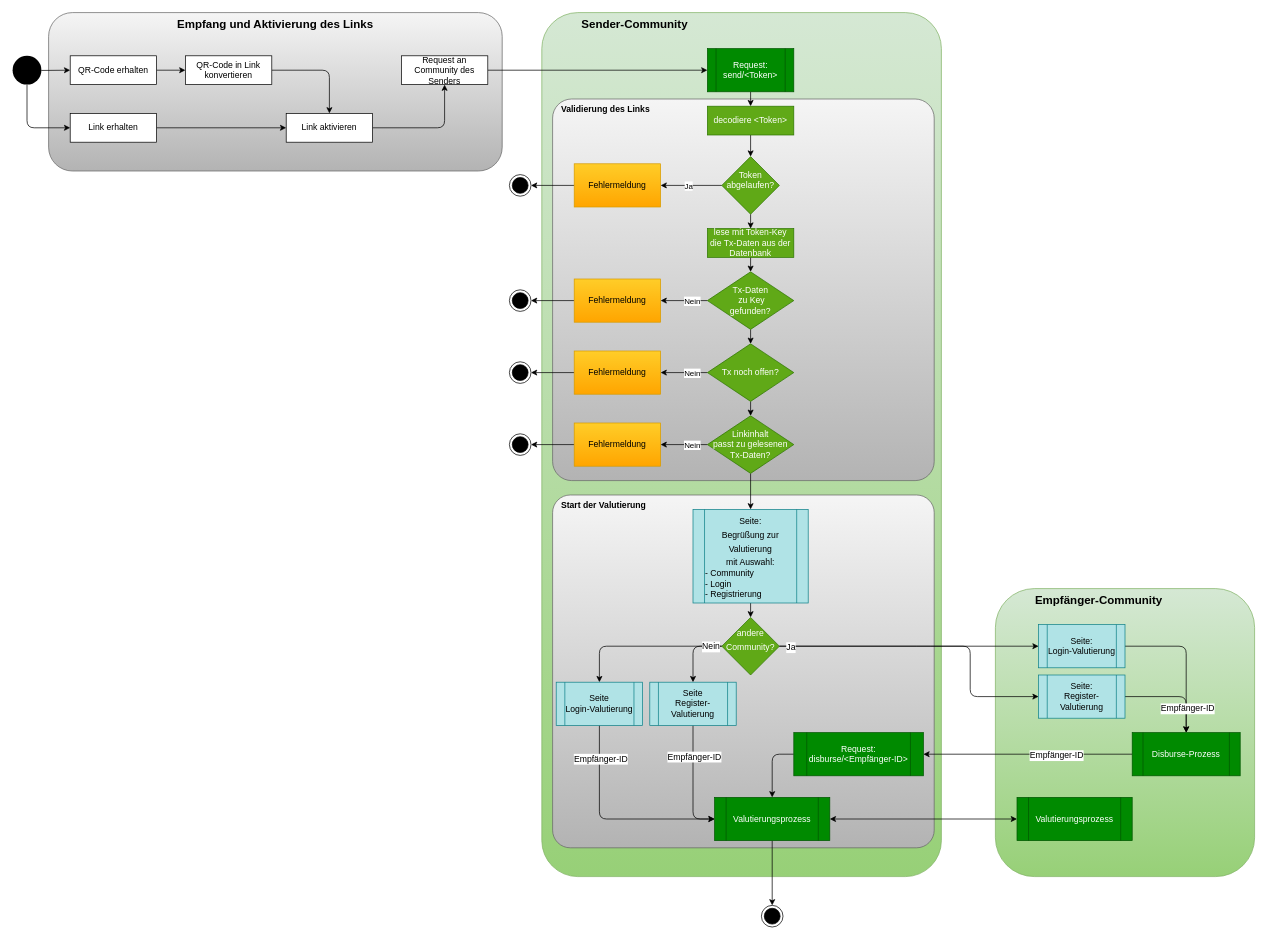
gradido/gradido keeps this draw.io diagram as docu/Concepts/BusinessRequirements/graphics/UC_Send_Users_Gradido_StartValutierung.drawio. Above is the earlier version. Source tidied: cells renumbered, new cells numbered last; positions are measured from the earlier drawing's top-left corner, leaving out a move shared by most shapes. Both pictures are drawn from the tidied source at 72%, with x=0, y=0 at pixel (12, 12).
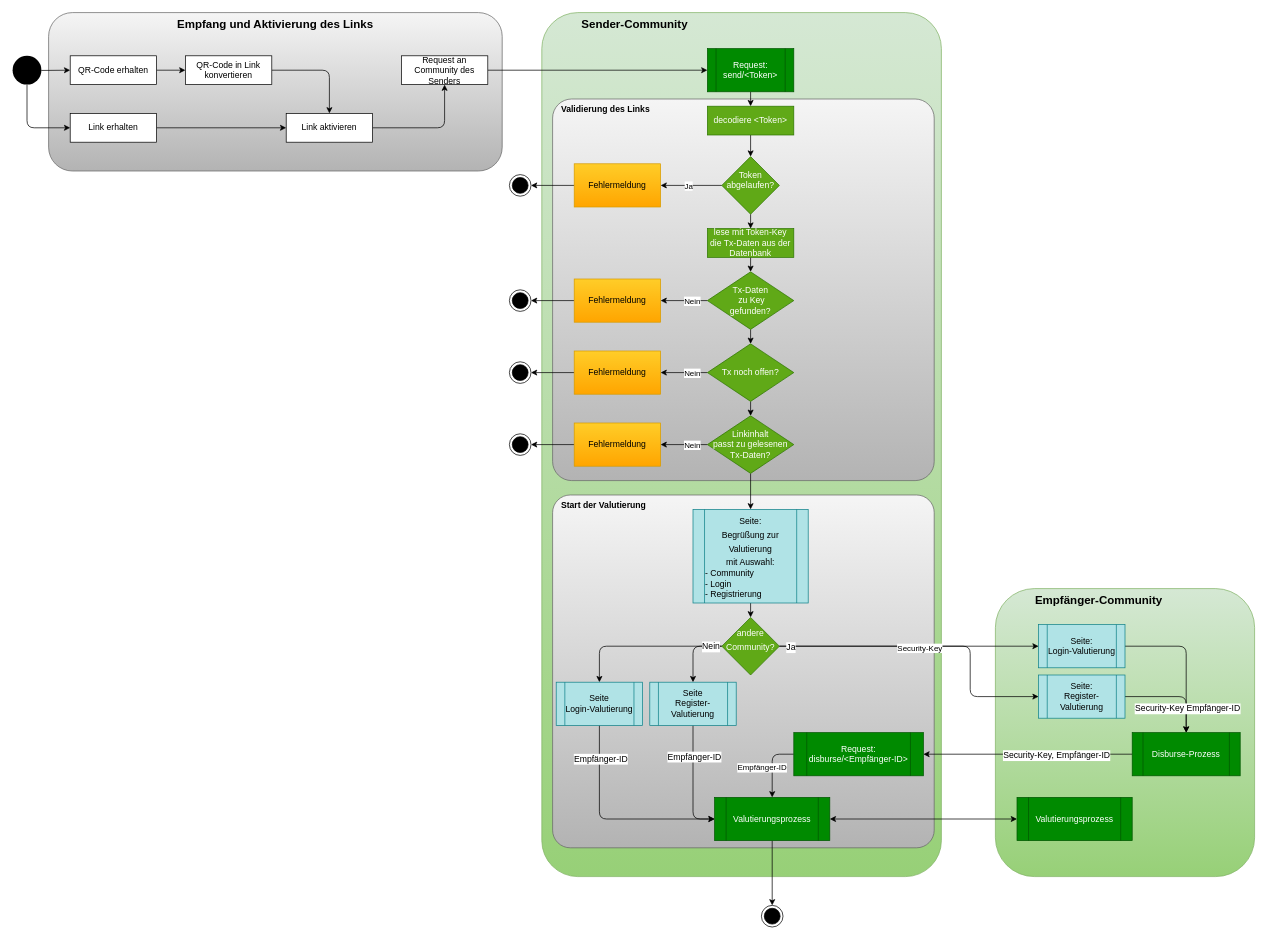
Above is the later version.

The change refers to these unchanged cells:
```xml
<mxCell id="62" style="edgeStyle=none;html=1;fontSize=12;exitX=1;exitY=0.5;exitDx=0;exitDy=0;entryX=0.5;entryY=0;entryDx=0;entryDy=0;" parent="1" edge="1" source="64" target="81">
  <mxGeometry relative="1" as="geometry">
    <Array as="points">
      <mxPoint x="1630" y="950" />
    </Array>
  </mxGeometry>
</mxCell>
<mxCell id="66" style="edgeStyle=none;html=1;entryX=0;entryY=0.5;entryDx=0;entryDy=0;fontSize=12;" parent="1" edge="1" source="58" target="64">
  <mxGeometry relative="1" as="geometry">
    <Array as="points">
      <mxPoint x="1330" y="880" />
      <mxPoint x="1330" y="950" />
    </Array>
  </mxGeometry>
</mxCell>
<mxCell id="77" style="edgeStyle=none;html=1;entryX=0.5;entryY=0;entryDx=0;entryDy=0;fontSize=12;exitX=0;exitY=0.5;exitDx=0;exitDy=0;" parent="1" edge="1" source="78" target="76">
  <mxGeometry relative="1" as="geometry">
    <Array as="points">
      <mxPoint x="1055" y="1030" />
    </Array>
  </mxGeometry>
</mxCell>
<mxCell id="79" style="edgeStyle=none;html=1;entryX=1;entryY=0.5;entryDx=0;entryDy=0;fontSize=12;" parent="1" edge="1" source="81" target="78">
  <mxGeometry relative="1" as="geometry" />
</mxCell>
```

Diff of the diagram source:
```diff
@@
-    <mxCell id="63" value="Empfänger-ID" style="edgeLabel;html=1;align=center;verticalAlign=middle;fontSize=12;" parent="62" vertex="1">
+    <mxCell id="63" value="Security-Key Empfänger-ID" style="edgeLabel;html=1;align=center;verticalAlign=middle;fontSize=12;" parent="62" vertex="1">
       <mxGeometry x="0.5" y="1" relative="1" as="geometry" />
     </mxCell>
@@
+    <mxCell id="84" value="Security-Key" style="edgeLabel;html=1;align=center;verticalAlign=middle;" parent="66" vertex="1">
+      <mxGeometry x="-0.1" y="-2" relative="1" as="geometry" />
+    </mxCell>
@@
+    <mxCell id="85" value="Empfänger-ID" style="edgeLabel;html=1;align=center;verticalAlign=middle;" parent="77" vertex="1">
+      <mxGeometry x="0.07" relative="1" as="geometry">
+        <mxPoint x="-15" as="offset" />
+      </mxGeometry>
+    </mxCell>
@@
-    <mxCell id="80" value="Empfänger-ID" style="edgeLabel;html=1;align=center;verticalAlign=middle;fontSize=12;" parent="79" vertex="1">
+    <mxCell id="80" value="Security-Key, Empfänger-ID" style="edgeLabel;html=1;align=center;verticalAlign=middle;fontSize=12;" parent="79" vertex="1">
       <mxGeometry x="-0.27" y="1" relative="1" as="geometry" />
     </mxCell>
```
